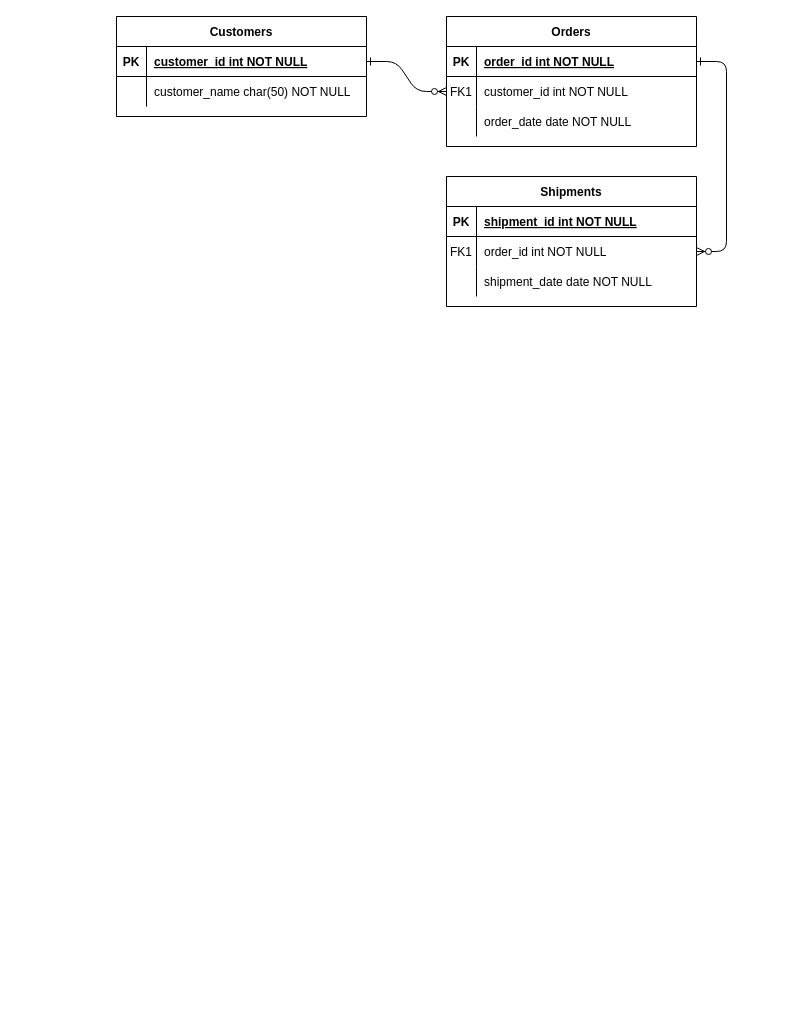
Above: erd diagram.drawio in immanueligwe151/lowa-grocery-store (draw.io), before the change. Source tidied: cells renumbered, new cells numbered last; positions are measured from the earlier drawing's top-left corner, leaving out a move shared by most shapes. Both pictures are drawn from the tidied source at 100%, with x=0, y=0 at pixel (116, 16).
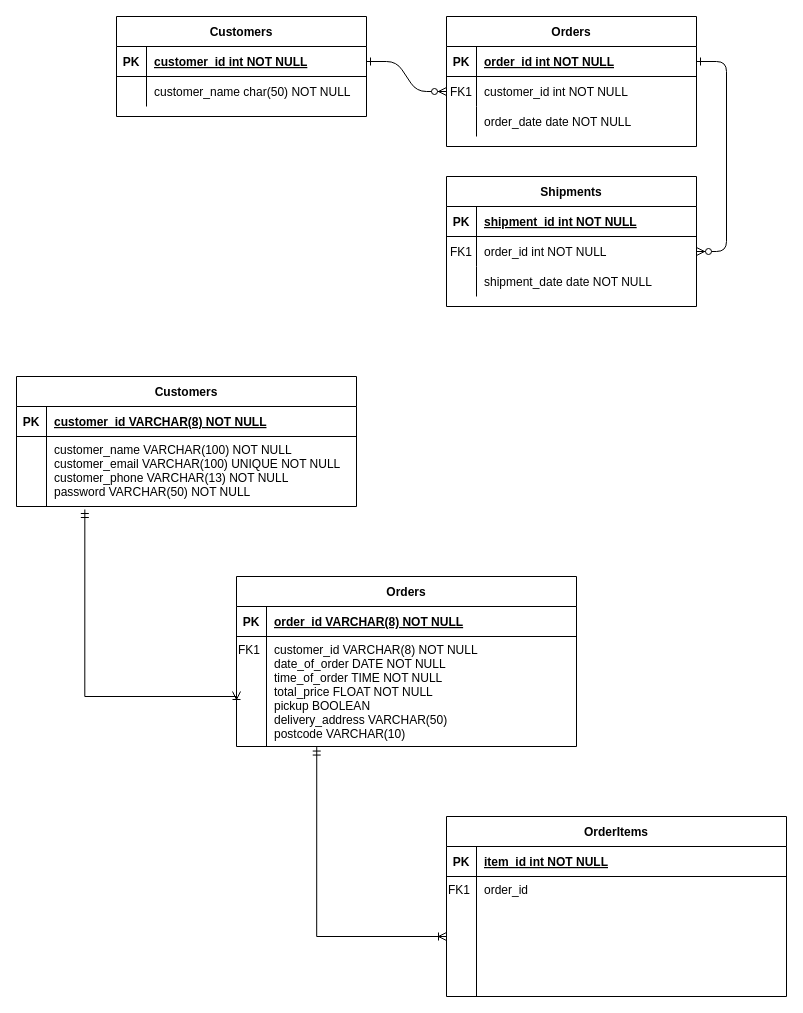
The same page after the edit.

Commit message:
first update to erd diagram

Change to the diagram source:
```diff
@@
+    <mxCell id="31" value="Customers" style="shape=table;startSize=30;childLayout=tableLayout;rowLines=0;fontStyle=1;align=center;" parent="1" vertex="1">
+      <mxGeometry x="-100" y="360" width="340" height="130" as="geometry" />
+    </mxCell>
+    <mxCell id="32" style="shape=partialRectangle;fillColor=none;top=0;left=0;right=0;bottom=1;" parent="31" vertex="1">
+      <mxGeometry y="30" width="340" height="30" as="geometry" />
+    </mxCell>
+    <mxCell id="33" value="PK" style="shape=partialRectangle;overflow=hidden;fillColor=none;top=0;left=0;bottom=0;right=0;fontStyle=1;" parent="32" vertex="1">
+      <mxGeometry width="30" height="30" as="geometry" />
+    </mxCell>
+    <mxCell id="34" value="customer_id VARCHAR(8) NOT NULL " style="shape=partialRectangle;overflow=hidden;fillColor=none;top=0;left=0;bottom=0;right=0;align=left;spacingLeft=6;fontStyle=5;" parent="32" vertex="1">
+      <mxGeometry x="30" width="310" height="30" as="geometry" />
+    </mxCell>
+    <mxCell id="35" style="shape=partialRectangle;fillColor=none;points=[[0,0.5],[1,0.5]];portConstraint=eastwest;top=0;left=0;right=0;bottom=0;align=left;" parent="31" vertex="1">
+      <mxGeometry y="60" width="340" height="70" as="geometry" />
+    </mxCell>
+    <mxCell id="36" style="shape=partialRectangle;overflow=hidden;fillColor=none;top=0;left=0;bottom=0;right=0;" parent="35" vertex="1">
+      <mxGeometry width="30" height="70" as="geometry" />
+    </mxCell>
+    <mxCell id="37" value="customer_name VARCHAR(100) NOT NULL&#10;customer_email VARCHAR(100) UNIQUE NOT NULL&#10;customer_phone VARCHAR(13) NOT NULL&#10;password VARCHAR(50) NOT NULL&#10;&#10;" style="shape=partialRectangle;overflow=hidden;fillColor=none;top=0;left=0;bottom=0;right=0;align=left;spacingLeft=6;verticalAlign=top;" parent="35" vertex="1">
+      <mxGeometry x="30" width="310" height="70" as="geometry" />
+    </mxCell>
+    <mxCell id="38" value="Orders" style="shape=table;startSize=30;childLayout=tableLayout;rowLines=0;fontStyle=1;align=center;" parent="1" vertex="1">
+      <mxGeometry x="120" y="560" width="340" height="170" as="geometry" />
+    </mxCell>
+    <mxCell id="39" style="shape=partialRectangle;fillColor=none;top=0;left=0;right=0;bottom=1;" parent="38" vertex="1">
+      <mxGeometry y="30" width="340" height="30" as="geometry" />
+    </mxCell>
+    <mxCell id="40" value="PK" style="shape=partialRectangle;overflow=hidden;fillColor=none;top=0;left=0;bottom=0;right=0;fontStyle=1;" parent="39" vertex="1">
+      <mxGeometry width="30" height="30" as="geometry" />
+    </mxCell>
+    <mxCell id="41" value="order_id VARCHAR(8) NOT NULL" style="shape=partialRectangle;overflow=hidden;fillColor=none;top=0;left=0;bottom=0;right=0;align=left;spacingLeft=6;fontStyle=5;" parent="39" vertex="1">
+      <mxGeometry x="30" width="310" height="30" as="geometry" />
+    </mxCell>
+    <mxCell id="42" style="shape=partialRectangle;fillColor=none;points=[[0,0.5],[1,0.5]];portConstraint=eastwest;top=0;left=0;right=0;bottom=0;align=left;" parent="38" vertex="1">
+      <mxGeometry y="60" width="340" height="110" as="geometry" />
+    </mxCell>
+    <mxCell id="43" value="FK1" style="shape=partialRectangle;overflow=hidden;fillColor=none;top=0;left=0;bottom=0;right=0;align=left;verticalAlign=top;" parent="42" vertex="1">
+      <mxGeometry width="30" height="110" as="geometry" />
+    </mxCell>
+    <mxCell id="44" value="customer_id VARCHAR(8) NOT NULL&#10;date_of_order DATE NOT NULL&#10;time_of_order TIME NOT NULL&#10;total_price FLOAT NOT NULL&#10;pickup BOOLEAN&#10;delivery_address VARCHAR(50)&#10;postcode VARCHAR(10)&#10;" style="shape=partialRectangle;overflow=hidden;fillColor=none;top=0;left=0;bottom=0;right=0;align=left;spacingLeft=6;verticalAlign=top;" parent="42" vertex="1">
+      <mxGeometry x="30" width="310" height="110" as="geometry" />
+    </mxCell>
+    <mxCell id="45" style="edgeStyle=orthogonalEdgeStyle;rounded=0;jettySize=auto;html=1;exitX=0;exitY=0.5;exitDx=0;exitDy=0;entryX=0.201;entryY=1.043;entryDx=0;entryDy=0;entryPerimeter=0;endArrow=ERmandOne;endFill=0;startArrow=ERoneToMany;startFill=0;" parent="1" edge="1" source="42" target="35">
+      <mxGeometry relative="1" as="geometry">
+        <Array as="points">
+          <mxPoint x="-32" y="680" />
+        </Array>
+      </mxGeometry>
+    </mxCell>
+    <mxCell id="46" value="OrderItems" style="shape=table;startSize=30;childLayout=tableLayout;rowLines=0;fontStyle=1;align=center;" parent="1" vertex="1">
+      <mxGeometry x="330" y="800" width="340" height="180" as="geometry" />
+    </mxCell>
+    <mxCell id="47" style="shape=partialRectangle;fillColor=none;top=0;left=0;right=0;bottom=1;" parent="46" vertex="1">
+      <mxGeometry y="30" width="340" height="30" as="geometry" />
+    </mxCell>
+    <mxCell id="48" value="PK" style="shape=partialRectangle;overflow=hidden;fillColor=none;top=0;left=0;bottom=0;right=0;fontStyle=1;" parent="47" vertex="1">
+      <mxGeometry width="30" height="30" as="geometry" />
+    </mxCell>
+    <mxCell id="49" value="item_id int NOT NULL" style="shape=partialRectangle;overflow=hidden;fillColor=none;top=0;left=0;bottom=0;right=0;align=left;spacingLeft=6;fontStyle=5;" parent="47" vertex="1">
+      <mxGeometry x="30" width="310" height="30" as="geometry" />
+    </mxCell>
+    <mxCell id="50" style="shape=partialRectangle;fillColor=none;points=[[0,0.5],[1,0.5]];portConstraint=eastwest;top=0;left=0;right=0;bottom=0;align=left;" parent="46" vertex="1">
+      <mxGeometry y="60" width="340" height="120" as="geometry" />
+    </mxCell>
+    <mxCell id="51" value="FK1" style="shape=partialRectangle;overflow=hidden;fillColor=none;top=0;left=0;bottom=0;right=0;align=left;verticalAlign=top;" parent="50" vertex="1">
+      <mxGeometry width="30" height="120" as="geometry" />
+    </mxCell>
+    <mxCell id="52" value="order_id" style="shape=partialRectangle;overflow=hidden;fillColor=none;top=0;left=0;bottom=0;right=0;align=left;spacingLeft=6;verticalAlign=top;" parent="50" vertex="1">
+      <mxGeometry x="30" width="310" height="120" as="geometry" />
+    </mxCell>
+    <mxCell id="53" style="edgeStyle=orthogonalEdgeStyle;rounded=0;jettySize=auto;html=1;exitX=0;exitY=0.5;exitDx=0;exitDy=0;entryX=0.236;entryY=1.005;entryDx=0;entryDy=0;entryPerimeter=0;endArrow=ERmandOne;endFill=0;startArrow=ERoneToMany;startFill=0;" parent="1" edge="1" source="50" target="42">
+      <mxGeometry relative="1" as="geometry" />
+    </mxCell>
```
